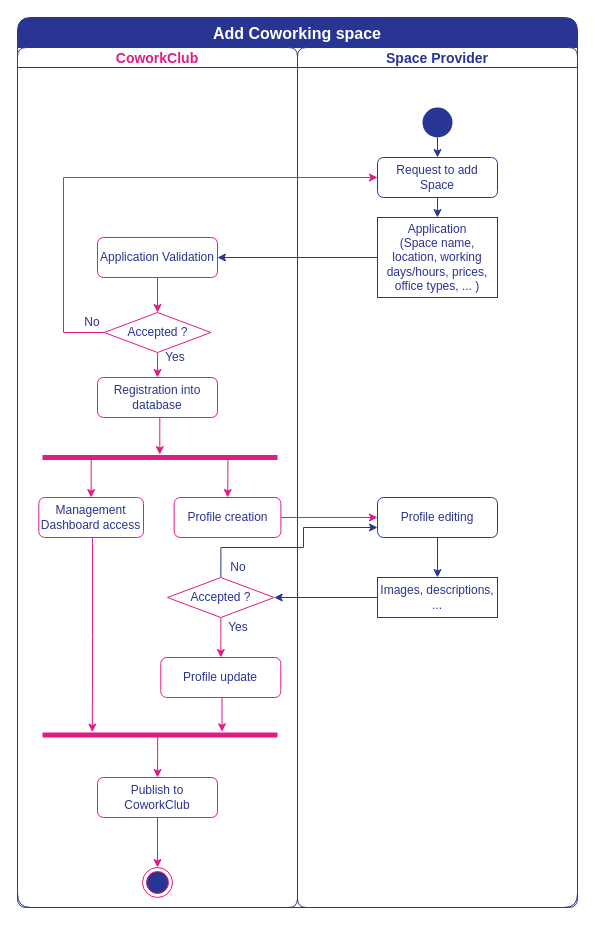
Before: page "Add Space" (2 of 3) of documentation/elaboration/models.drawio in DavidAraujo98/CoworkClub, a draw.io diagram. Source tidied: cells renumbered, new cells numbered last; positions are measured from the earlier drawing's top-left corner, leaving out a move shared by most shapes. Both pictures are drawn from the tidied source at 100%, with x=0, y=0 at pixel (17, 17).
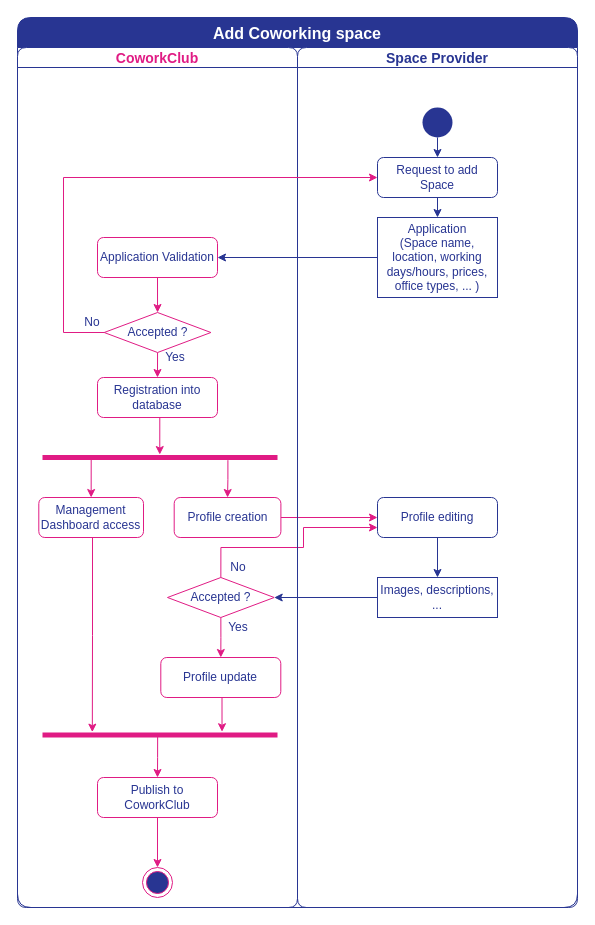
The same page after the edit.

The change refers to these unchanged cells:
```xml
<mxCell id="2" value="Add Coworking space" style="swimlane;startSize=30;swimlaneFillColor=none;gradientColor=none;rounded=1;fillColor=#283592;fontColor=#FFFFFF;strokeColor=#283592;fontSize=16;" parent="1" vertex="1">
  <mxGeometry width="560" height="890" as="geometry" />
</mxCell>
<mxCell id="17" value="Accepted ?" style="rhombus;whiteSpace=wrap;html=1;fontColor=#283592;strokeColor=#E01B84;" parent="6" vertex="1">
  <mxGeometry x="150" y="530" width="106.7" height="40" as="geometry" />
</mxCell>
<mxCell id="39" value="Profile editing" style="rounded=1;whiteSpace=wrap;html=1;strokeColor=#283592;fontColor=#283592;" parent="32" vertex="1">
  <mxGeometry x="80" y="450" width="120" height="40" as="geometry" />
</mxCell>
```

Diff of the diagram source:
```diff
@@
-    <mxCell id="5" style="edgeStyle=orthogonalEdgeStyle;rounded=0;jettySize=auto;html=1;exitX=0.5;exitY=0;exitDx=0;exitDy=0;entryX=0;entryY=0.75;entryDx=0;entryDy=0;fontSize=14;fontColor=#283592;strokeColor=#283592;" parent="2" edge="1" source="17" target="39">
+    <mxCell id="5" style="edgeStyle=orthogonalEdgeStyle;rounded=0;jettySize=auto;html=1;exitX=0.5;exitY=0;exitDx=0;exitDy=0;entryX=0;entryY=0.75;entryDx=0;entryDy=0;fontSize=14;fontColor=#283592;strokeColor=#E01B84;" parent="2" edge="1" source="17" target="39">
       <mxGeometry relative="1" as="geometry">
         <Array as="points">
           <mxPoint x="203" y="530" />
           <mxPoint x="286" y="530" />
           <mxPoint x="286" y="510" />
         </Array>
       </mxGeometry>
     </mxCell>
```
